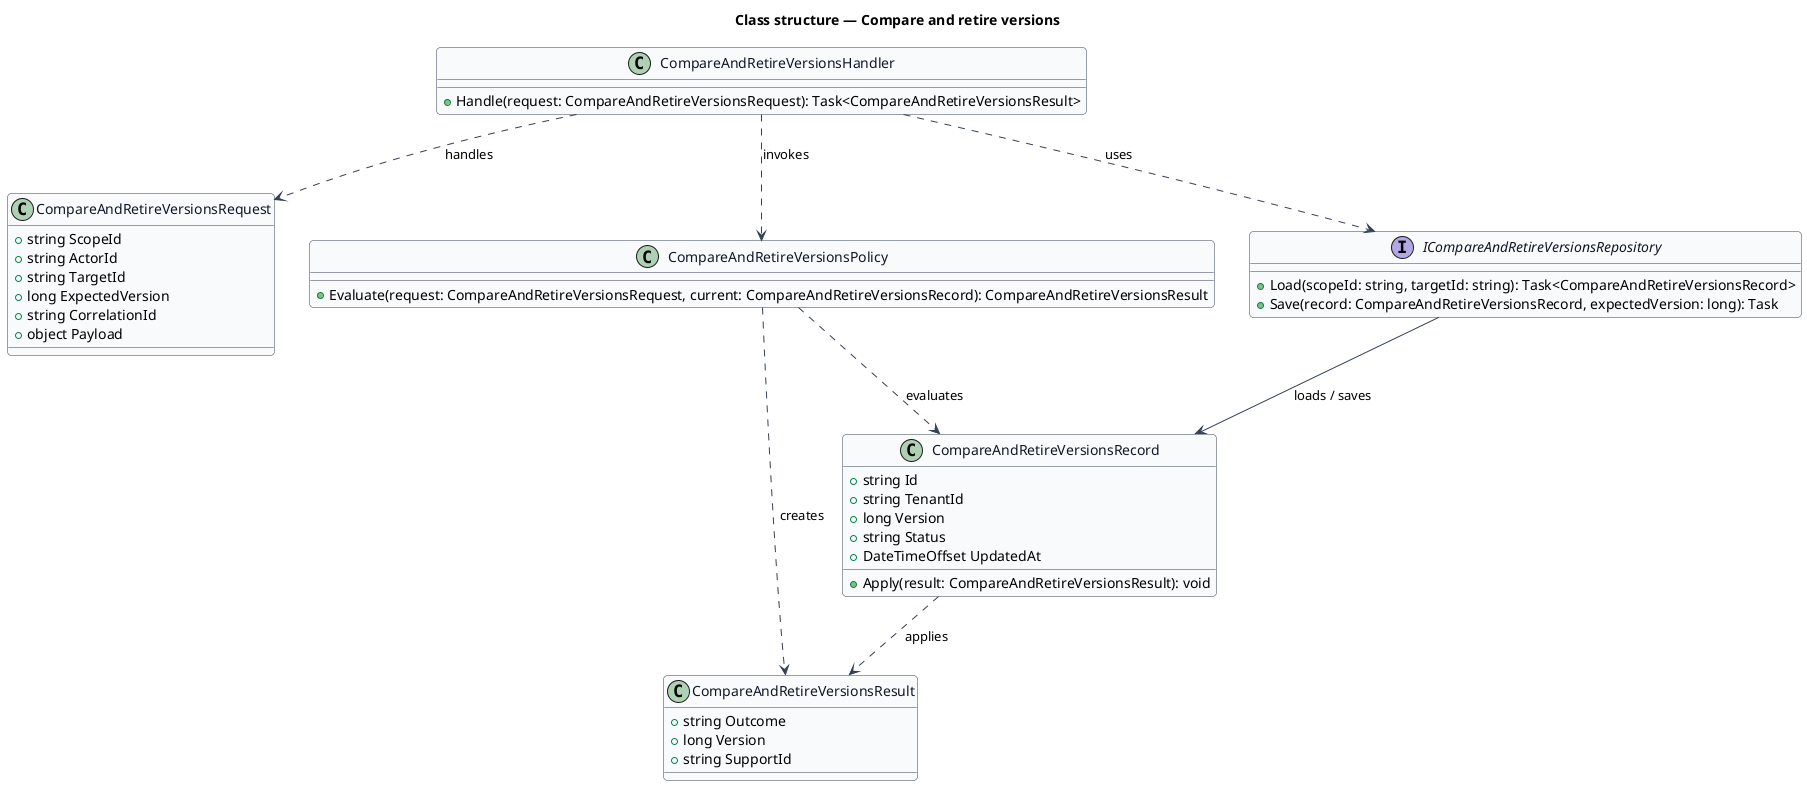
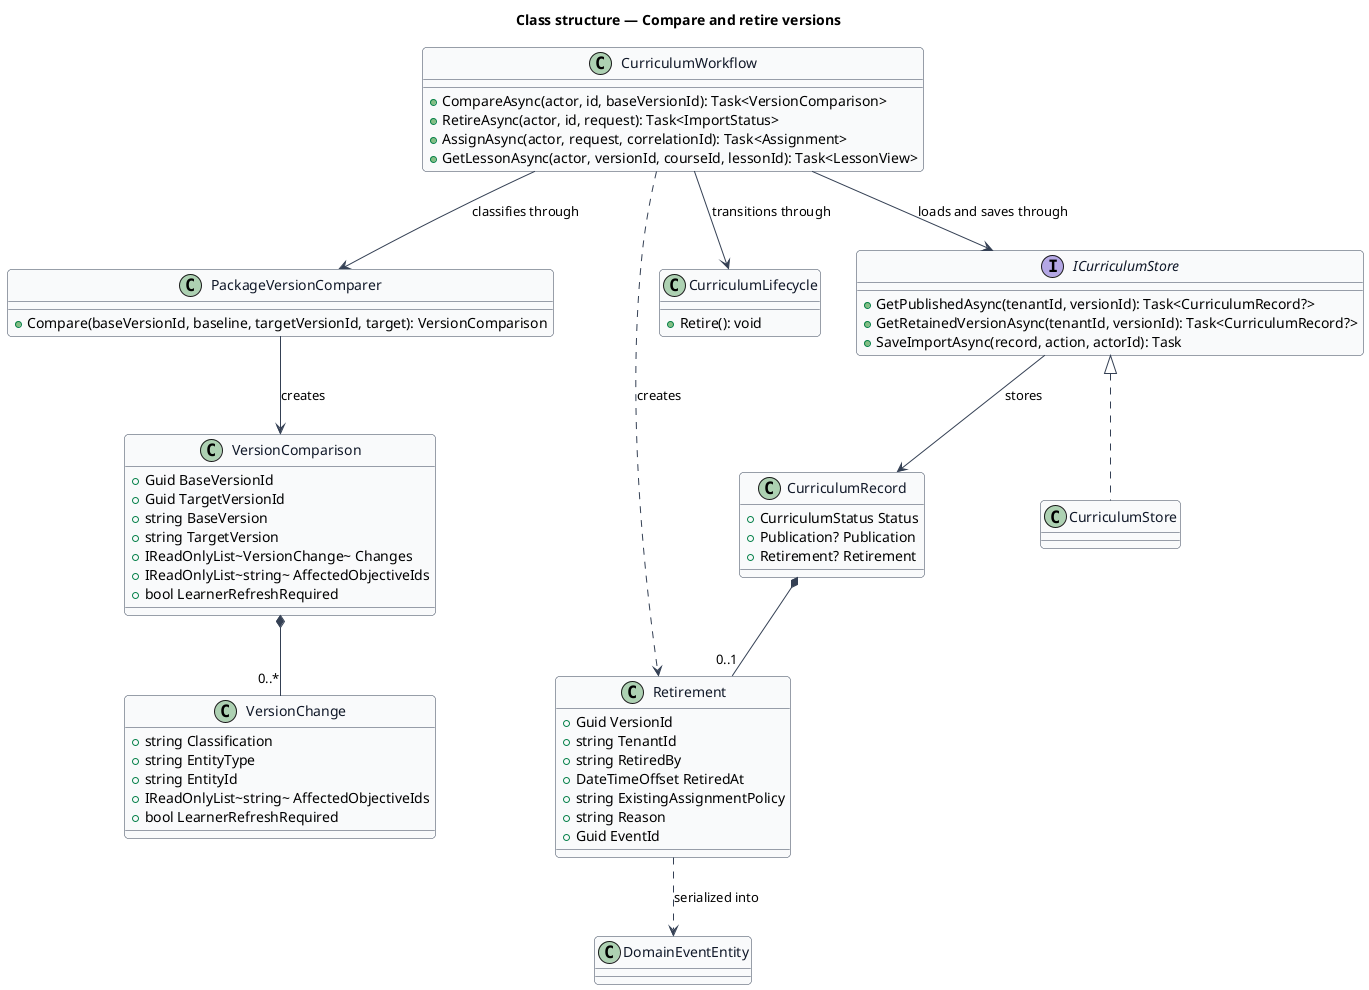
@startuml
skinparam backgroundColor #FFFFFF
skinparam shadowing false
skinparam roundcorner 8
skinparam defaultFontName Arial
skinparam ArrowColor #344054
skinparam class {
  BorderColor #344054
  FontColor #101828
  BackgroundColor #F9FAFB
}
title Class structure — Compare and retire versions

- class CompareAndRetireVersionsRequest {
-   +string ScopeId
-   +string ActorId
-   +string TargetId
-   +long ExpectedVersion
-   +string CorrelationId
-   +object Payload
+ class CurriculumWorkflow {
+   +CompareAsync(actor, id, baseVersionId): Task<VersionComparison>
+   +RetireAsync(actor, id, request): Task<ImportStatus>
+   +AssignAsync(actor, request, correlationId): Task<Assignment>
+   +GetLessonAsync(actor, versionId, courseId, lessonId): Task<LessonView>
}

- class CompareAndRetireVersionsResult {
-   +string Outcome
-   +long Version
-   +string SupportId
+ class PackageVersionComparer {
+   +Compare(baseVersionId, baseline, targetVersionId, target): VersionComparison
}

- class CompareAndRetireVersionsRecord {
-   +string Id
-   +string TenantId
-   +long Version
-   +string Status
-   +DateTimeOffset UpdatedAt
-   +Apply(result: CompareAndRetireVersionsResult): void
+ class VersionComparison {
+   +Guid BaseVersionId
+   +Guid TargetVersionId
+   +string BaseVersion
+   +string TargetVersion
+   +IReadOnlyList~VersionChange~ Changes
+   +IReadOnlyList~string~ AffectedObjectiveIds
+   +bool LearnerRefreshRequired
}

- class CompareAndRetireVersionsPolicy {
-   +Evaluate(request: CompareAndRetireVersionsRequest, current: CompareAndRetireVersionsRecord): CompareAndRetireVersionsResult
+ class VersionChange {
+   +string Classification
+   +string EntityType
+   +string EntityId
+   +IReadOnlyList~string~ AffectedObjectiveIds
+   +bool LearnerRefreshRequired
}

- interface ICompareAndRetireVersionsRepository {
-   +Load(scopeId: string, targetId: string): Task<CompareAndRetireVersionsRecord>
-   +Save(record: CompareAndRetireVersionsRecord, expectedVersion: long): Task
+ class Retirement {
+   +Guid VersionId
+   +string TenantId
+   +string RetiredBy
+   +DateTimeOffset RetiredAt
+   +string ExistingAssignmentPolicy
+   +string Reason
+   +Guid EventId
}

- class CompareAndRetireVersionsHandler {
-   +Handle(request: CompareAndRetireVersionsRequest): Task<CompareAndRetireVersionsResult>
+ class CurriculumRecord {
+   +CurriculumStatus Status
+   +Publication? Publication
+   +Retirement? Retirement
}

- CompareAndRetireVersionsHandler ..> CompareAndRetireVersionsRequest : handles
- CompareAndRetireVersionsHandler ..> CompareAndRetireVersionsPolicy : invokes
- CompareAndRetireVersionsHandler ..> ICompareAndRetireVersionsRepository : uses
- ICompareAndRetireVersionsRepository --> CompareAndRetireVersionsRecord : loads / saves
- CompareAndRetireVersionsPolicy ..> CompareAndRetireVersionsRecord : evaluates
- CompareAndRetireVersionsPolicy ..> CompareAndRetireVersionsResult : creates
- CompareAndRetireVersionsRecord ..> CompareAndRetireVersionsResult : applies
+ class CurriculumLifecycle {
+   +Retire(): void
+ }
+ 
+ interface ICurriculumStore {
+   +GetPublishedAsync(tenantId, versionId): Task<CurriculumRecord?>
+   +GetRetainedVersionAsync(tenantId, versionId): Task<CurriculumRecord?>
+   +SaveImportAsync(record, action, actorId): Task
+ }
+ 
+ class CurriculumStore
+ class DomainEventEntity
+ 
+ CurriculumWorkflow --> PackageVersionComparer : classifies through
+ PackageVersionComparer --> VersionComparison : creates
+ VersionComparison *-- "0..*" VersionChange
+ CurriculumWorkflow --> CurriculumLifecycle : transitions through
+ CurriculumWorkflow ..> Retirement : creates
+ CurriculumWorkflow --> ICurriculumStore : loads and saves through
+ ICurriculumStore <|.. CurriculumStore
+ CurriculumRecord *-- "0..1" Retirement
+ Retirement ..> DomainEventEntity : serialized into
+ ICurriculumStore --> CurriculumRecord : stores
@enduml
